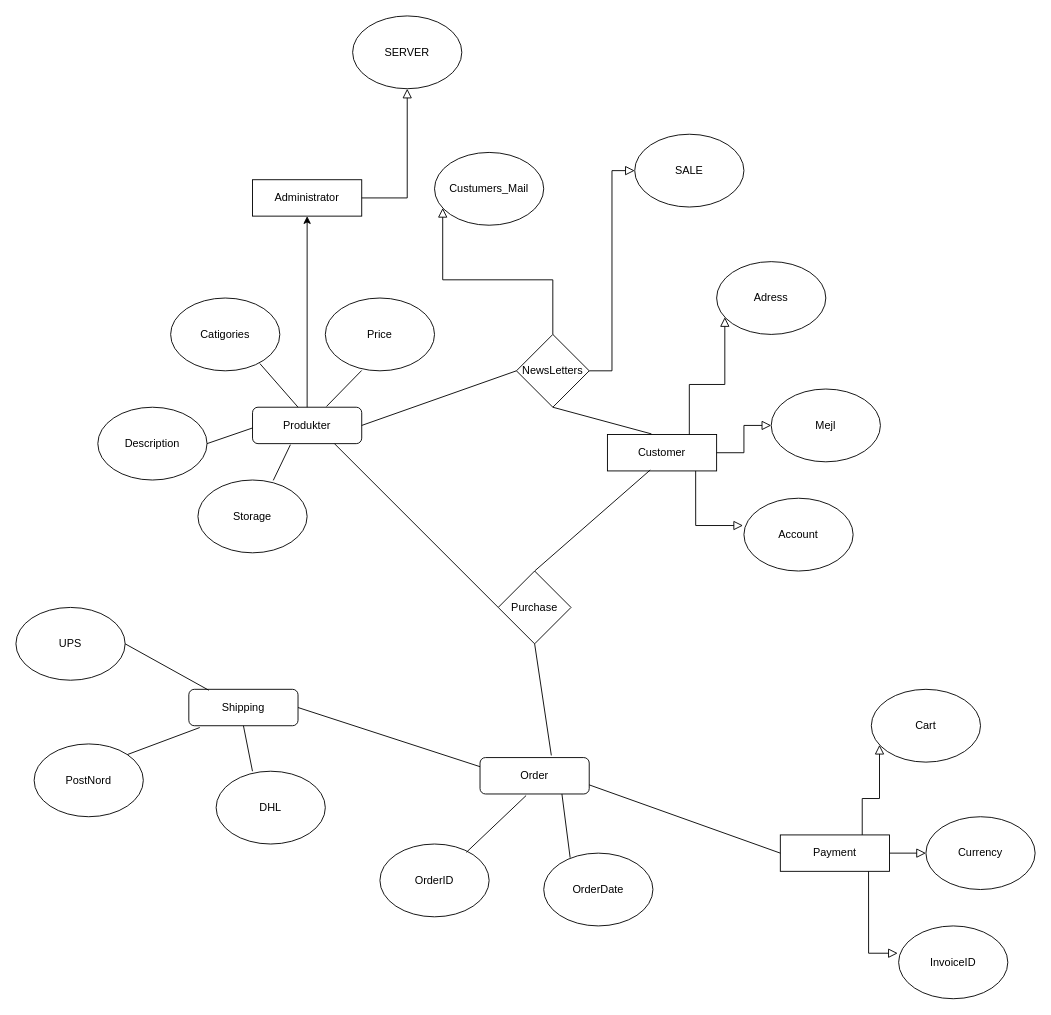
Earlier version of the draw.io diagram Untitled Diagram.drawio (TechWithRyan/Webbshop). Source tidied: cells renumbered, new cells numbered last; positions are measured from the earlier drawing's top-left corner, leaving out a move shared by most shapes. Both pictures are drawn from the tidied source at 91%, with x=0, y=0 at pixel (15, 15).
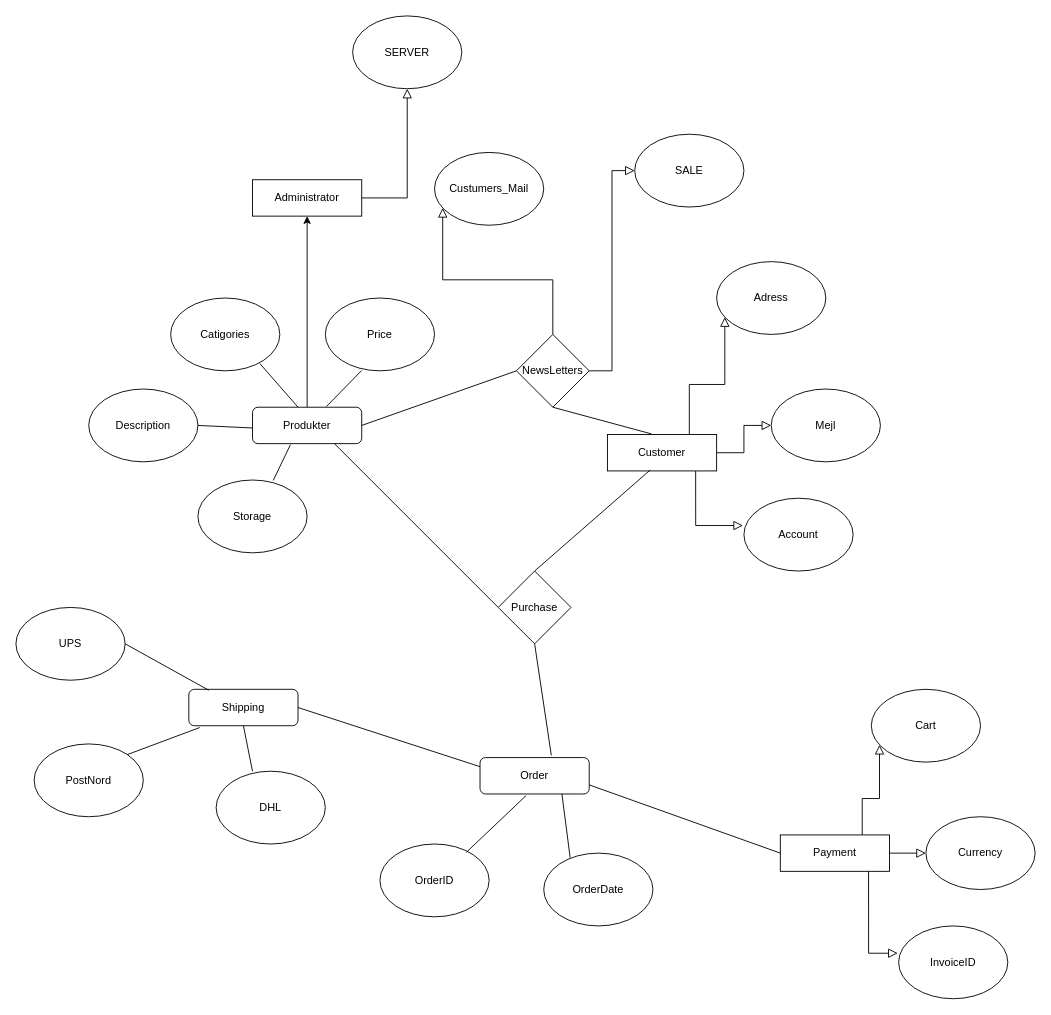
Above is the later version.

What changed in the source:
```diff
@@
     <mxCell id="25" value="Description" style="ellipse;whiteSpace=wrap;html=1;" parent="1" vertex="1">
-      <mxGeometry x="90" y="430" width="120" height="80" as="geometry" />
+      <mxGeometry x="80" y="410" width="120" height="80" as="geometry" />
     </mxCell>
@@
+    <mxCell id="55" style="edgeStyle=orthogonalEdgeStyle;rounded=0;orthogonalLoop=1;jettySize=auto;html=1;exitX=0.5;exitY=1;exitDx=0;exitDy=0;" parent="1" edge="1" source="25" target="25">
+      <mxGeometry relative="1" as="geometry" />
+    </mxCell>
```
